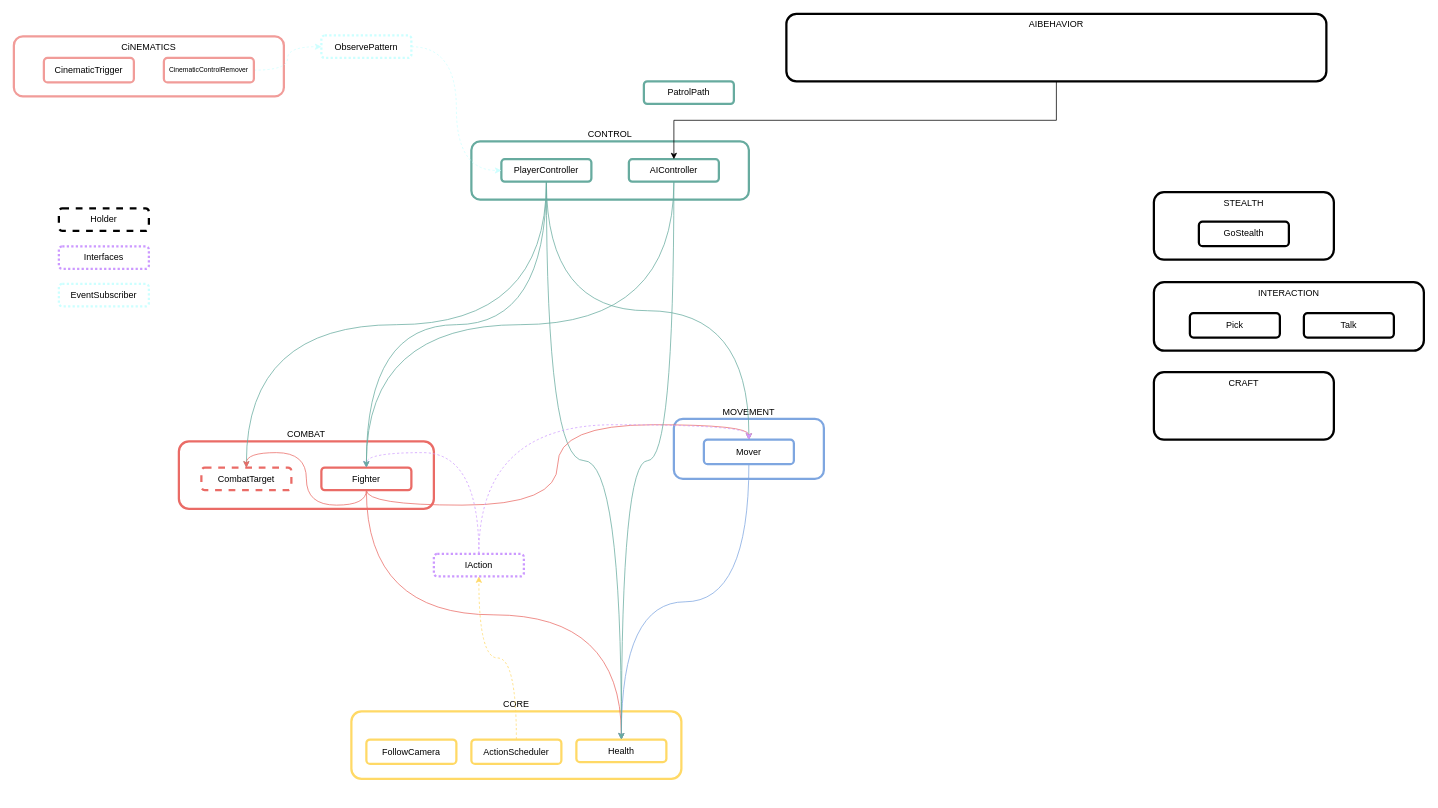
Earlier version of the draw.io diagram _Docs/Architecture.drawio (rafaelmmedeiros/Mount-Mortem-Mystery). Source tidied: cells renumbered, new cells numbered last; positions are measured from the earlier drawing's top-left corner, leaving out a move shared by most shapes. Both pictures are drawn from the tidied source at 75%, with x=0, y=0 at pixel (14, 14).
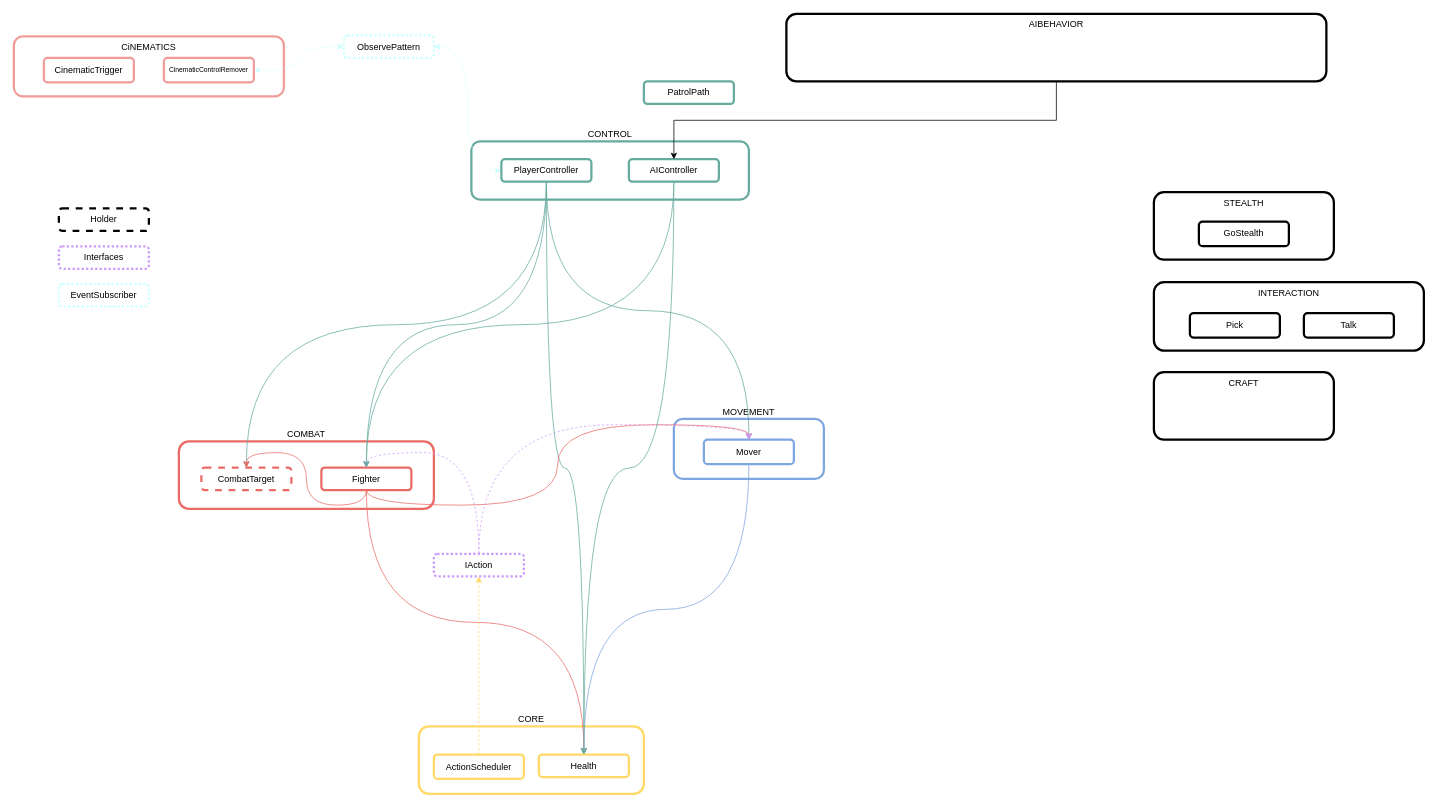
Above is the later version.

The change refers to these unchanged cells:
```xml
<mxCell id="10" value="PlayerController" style="rounded=1;whiteSpace=wrap;html=1;strokeWidth=3;strokeColor=#67AB9F;" parent="1" vertex="1">
  <mxGeometry x="650" y="193.8" width="120" height="30" as="geometry" />
</mxCell>
<mxCell id="43" value="CinematicControlRemover" style="rounded=1;whiteSpace=wrap;html=1;strokeWidth=3;strokeColor=#F19C99;verticalAlign=middle;fontSize=9;" parent="1" vertex="1">
  <mxGeometry x="200" y="58.8" width="120" height="32.5" as="geometry" />
</mxCell>
```

Change to the diagram source:
```diff
@@
     <mxCell id="5" value="CORE" style="rounded=1;whiteSpace=wrap;html=1;strokeWidth=3;align=center;labelPosition=center;verticalLabelPosition=top;verticalAlign=bottom;strokeColor=#FFD966;" parent="1" vertex="1">
-      <mxGeometry x="450" y="930" width="440" height="90" as="geometry" />
+      <mxGeometry x="540" y="950" width="300" height="90" as="geometry" />
     </mxCell>
@@
+    <mxCell id="46" style="edgeStyle=orthogonalEdgeStyle;curved=1;rounded=0;jettySize=auto;html=1;exitX=0;exitY=0.5;exitDx=0;exitDy=0;entryX=1;entryY=0.5;entryDx=0;entryDy=0;dashed=1;strokeColor=#CCFFFF;startArrow=classic;startFill=1;" parent="1" edge="1" source="10" target="45">
+      <mxGeometry relative="1" as="geometry" />
+    </mxCell>
@@
     <mxCell id="18" value="Health" style="rounded=1;whiteSpace=wrap;html=1;strokeWidth=3;strokeColor=#FFD966;" parent="1" vertex="1">
-      <mxGeometry x="750" y="967.5" width="120" height="30" as="geometry" />
+      <mxGeometry x="700" y="987.5" width="120" height="30" as="geometry" />
     </mxCell>
-    <mxCell id="19" value="FollowCamera" style="rounded=1;whiteSpace=wrap;html=1;strokeWidth=3;strokeColor=#FFD966;" parent="1" vertex="1">
-      <mxGeometry x="470" y="967.5" width="120" height="32.5" as="geometry" />
-    </mxCell>
@@
     <mxCell id="21" value="ActionScheduler" style="rounded=1;whiteSpace=wrap;html=1;strokeWidth=3;strokeColor=#FFD966;" parent="1" vertex="1">
-      <mxGeometry x="610" y="967.5" width="120" height="32.5" as="geometry" />
+      <mxGeometry x="560" y="987.5" width="120" height="32.5" as="geometry" />
     </mxCell>
@@
-    <mxCell id="42" style="edgeStyle=orthogonalEdgeStyle;rounded=0;jettySize=auto;html=1;exitX=1;exitY=0.5;exitDx=0;exitDy=0;curved=1;dashed=1;strokeColor=#CCFFFF;" parent="1" edge="1" source="43" target="45">
+    <mxCell id="42" style="edgeStyle=orthogonalEdgeStyle;rounded=0;jettySize=auto;html=1;exitX=1;exitY=0.5;exitDx=0;exitDy=0;curved=1;dashed=1;strokeColor=#CCFFFF;startArrow=classic;startFill=1;" parent="1" edge="1" source="43" target="45">
       <mxGeometry relative="1" as="geometry" />
     </mxCell>
@@
-    <mxCell id="44" style="edgeStyle=orthogonalEdgeStyle;rounded=0;jettySize=auto;html=1;exitX=1;exitY=0.5;exitDx=0;exitDy=0;entryX=0;entryY=0.5;entryDx=0;entryDy=0;curved=1;dashed=1;strokeColor=#CCFFFF;" parent="1" edge="1" source="45" target="10">
-      <mxGeometry relative="1" as="geometry" />
-    </mxCell>
     <mxCell id="45" value="ObservePattern" style="rounded=1;whiteSpace=wrap;html=1;strokeWidth=3;dashed=1;dashPattern=1 1;strokeColor=#CCFFFF;" parent="1" vertex="1">
-      <mxGeometry x="410" y="28.8" width="120" height="30" as="geometry" />
+      <mxGeometry x="440" y="28.8" width="120" height="30" as="geometry" />
     </mxCell>
```
